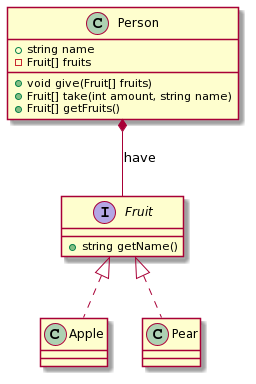
Before: more/uml/images/cd02.png, a diagram exported from PlantUML (EgorBanin/EgorBanin.github.io).
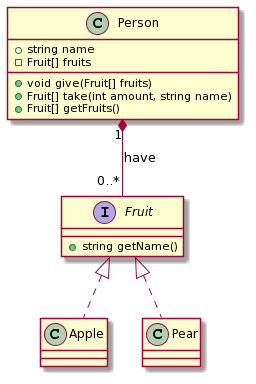
After the change.

The edit, as a diff of the source:
```diff
@@ -12,7 +12,7 @@
 class Apple
 class Pear
 
-Person *-- Fruit: have
+Person "1" *-- "0..*" Fruit: have
 Fruit <|.. Apple
 Fruit <|.. Pear
 @enduml
```
